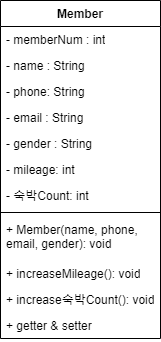
The draw.io diagram flow chart/클래스 다이어그램.png in zoseonghun/hotel-reservation-program, before a commit. Source tidied: cells renumbered, new cells last; positions are measured from the earlier drawing's top-left corner, leaving out a move shared by most shapes. Its diagram source:
```xml
<mxGraphModel>
  <root>
    <mxCell id="0" />
    <mxCell id="1" parent="0" />
    <mxCell id="2" value="Member" style="swimlane;fontStyle=1;align=center;verticalAlign=top;horizontal=1;startSize=26;whiteSpace=wrap;html=1;" parent="1" vertex="1">
      <mxGeometry width="160" height="338" as="geometry" />
    </mxCell>
    <mxCell id="3" value="- memberNum : int" style="text;strokeColor=none;fillColor=none;align=left;verticalAlign=top;spacingLeft=4;spacingRight=4;overflow=hidden;whiteSpace=wrap;html=1;" parent="2" vertex="1">
      <mxGeometry y="26" width="160" height="26" as="geometry" />
    </mxCell>
    <mxCell id="4" value="- name : String&lt;br&gt;" style="text;strokeColor=none;fillColor=none;align=left;verticalAlign=top;spacingLeft=4;spacingRight=4;overflow=hidden;whiteSpace=wrap;html=1;" parent="2" vertex="1">
      <mxGeometry y="52" width="160" height="26" as="geometry" />
    </mxCell>
    <mxCell id="5" value="- phone: String" style="text;strokeColor=none;fillColor=none;align=left;verticalAlign=top;spacingLeft=4;spacingRight=4;overflow=hidden;whiteSpace=wrap;html=1;" parent="2" vertex="1">
      <mxGeometry y="78" width="160" height="26" as="geometry" />
    </mxCell>
    <mxCell id="6" value="- email : String" style="text;strokeColor=none;fillColor=none;align=left;verticalAlign=top;spacingLeft=4;spacingRight=4;overflow=hidden;whiteSpace=wrap;html=1;" parent="2" vertex="1">
      <mxGeometry y="104" width="160" height="26" as="geometry" />
    </mxCell>
    <mxCell id="7" value="- gender : String" style="text;strokeColor=none;fillColor=none;align=left;verticalAlign=top;spacingLeft=4;spacingRight=4;overflow=hidden;points=[[0,0.5],[1,0.5]];portConstraint=eastwest;whiteSpace=wrap;html=1;" parent="2" vertex="1">
      <mxGeometry y="130" width="160" height="26" as="geometry" />
    </mxCell>
    <mxCell id="8" value="- mileage: int" style="text;strokeColor=none;fillColor=none;align=left;verticalAlign=top;spacingLeft=4;spacingRight=4;overflow=hidden;whiteSpace=wrap;html=1;" parent="2" vertex="1">
      <mxGeometry y="156" width="160" height="26" as="geometry" />
    </mxCell>
    <mxCell id="9" value="- 숙박Count: int" style="text;strokeColor=none;fillColor=none;align=left;verticalAlign=top;spacingLeft=4;spacingRight=4;overflow=hidden;whiteSpace=wrap;html=1;" parent="2" vertex="1">
      <mxGeometry y="182" width="160" height="26" as="geometry" />
    </mxCell>
    <mxCell id="10" style="line;strokeWidth=1;fillColor=none;align=left;verticalAlign=middle;spacingTop=-1;spacingLeft=3;spacingRight=3;labelPosition=right;strokeColor=inherit;" parent="2" vertex="1">
      <mxGeometry y="208" width="160" height="8" as="geometry" />
    </mxCell>
    <mxCell id="11" value="+ Member(name, phone, email, gender): void" style="text;strokeColor=none;fillColor=none;align=left;verticalAlign=top;spacingLeft=4;spacingRight=4;overflow=hidden;whiteSpace=wrap;html=1;" parent="2" vertex="1">
      <mxGeometry y="216" width="160" height="44" as="geometry" />
    </mxCell>
    <mxCell id="12" value="+ increaseMileage(): void" style="text;strokeColor=none;fillColor=none;align=left;verticalAlign=top;spacingLeft=4;spacingRight=4;overflow=hidden;whiteSpace=wrap;html=1;" parent="2" vertex="1">
      <mxGeometry y="260" width="160" height="26" as="geometry" />
    </mxCell>
    <mxCell id="13" value="+ increase숙박Count(): void" style="text;strokeColor=none;fillColor=none;align=left;verticalAlign=top;spacingLeft=4;spacingRight=4;overflow=hidden;whiteSpace=wrap;html=1;" parent="2" vertex="1">
      <mxGeometry y="286" width="160" height="26" as="geometry" />
    </mxCell>
    <mxCell id="14" value="+ getter &amp;amp; setter" style="text;strokeColor=none;fillColor=none;align=left;verticalAlign=top;spacingLeft=4;spacingRight=4;overflow=hidden;whiteSpace=wrap;html=1;" parent="2" vertex="1">
      <mxGeometry y="312" width="160" height="26" as="geometry" />
    </mxCell>
  </root>
</mxGraphModel>
```
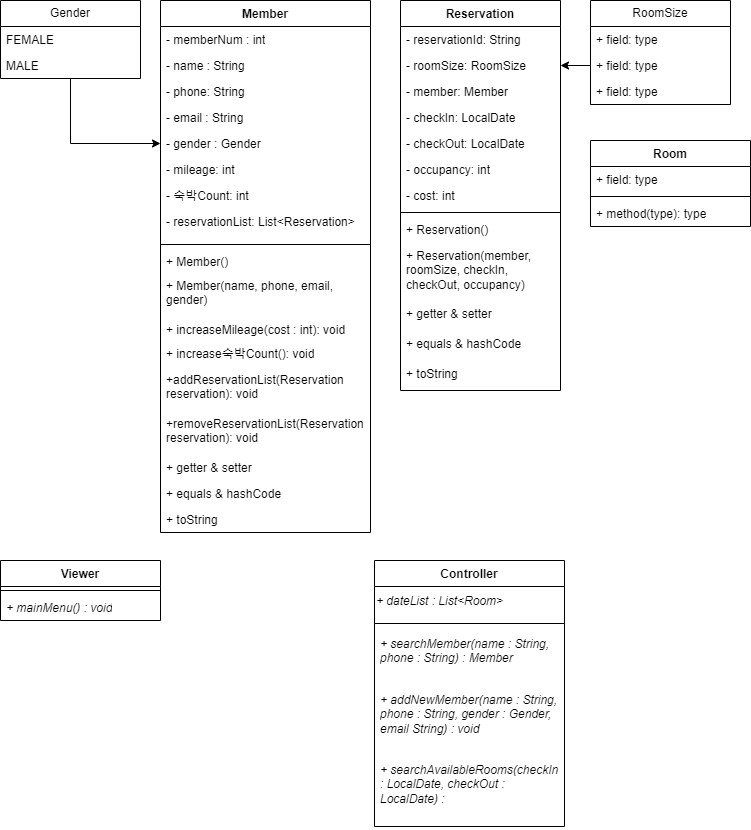
The same file after the commit.

Commit message:
클래스 다이어그램 중간저장

Change to the diagram source:
```diff
@@ -3,43 +3,169 @@
     <mxCell id="0" />
     <mxCell id="1" parent="0" />
     <mxCell id="2" value="Member" style="swimlane;fontStyle=1;align=center;verticalAlign=top;horizontal=1;startSize=26;whiteSpace=wrap;html=1;" parent="1" vertex="1">
-      <mxGeometry width="160" height="338" as="geometry" />
+      <mxGeometry width="210" height="532" as="geometry" />
     </mxCell>
     <mxCell id="3" value="- memberNum : int" style="text;strokeColor=none;fillColor=none;align=left;verticalAlign=top;spacingLeft=4;spacingRight=4;overflow=hidden;whiteSpace=wrap;html=1;" parent="2" vertex="1">
-      <mxGeometry y="26" width="160" height="26" as="geometry" />
+      <mxGeometry y="26" width="210" height="26" as="geometry" />
     </mxCell>
     <mxCell id="4" value="- name : String&lt;br&gt;" style="text;strokeColor=none;fillColor=none;align=left;verticalAlign=top;spacingLeft=4;spacingRight=4;overflow=hidden;whiteSpace=wrap;html=1;" parent="2" vertex="1">
-      <mxGeometry y="52" width="160" height="26" as="geometry" />
+      <mxGeometry y="52" width="210" height="26" as="geometry" />
     </mxCell>
     <mxCell id="5" value="- phone: String" style="text;strokeColor=none;fillColor=none;align=left;verticalAlign=top;spacingLeft=4;spacingRight=4;overflow=hidden;whiteSpace=wrap;html=1;" parent="2" vertex="1">
-      <mxGeometry y="78" width="160" height="26" as="geometry" />
+      <mxGeometry y="78" width="210" height="26" as="geometry" />
     </mxCell>
     <mxCell id="6" value="- email : String" style="text;strokeColor=none;fillColor=none;align=left;verticalAlign=top;spacingLeft=4;spacingRight=4;overflow=hidden;whiteSpace=wrap;html=1;" parent="2" vertex="1">
-      <mxGeometry y="104" width="160" height="26" as="geometry" />
+      <mxGeometry y="104" width="210" height="26" as="geometry" />
     </mxCell>
-    <mxCell id="7" value="- gender : String" style="text;strokeColor=none;fillColor=none;align=left;verticalAlign=top;spacingLeft=4;spacingRight=4;overflow=hidden;points=[[0,0.5],[1,0.5]];portConstraint=eastwest;whiteSpace=wrap;html=1;" parent="2" vertex="1">
-      <mxGeometry y="130" width="160" height="26" as="geometry" />
+    <mxCell id="7" value="- gender : Gender" style="text;strokeColor=none;fillColor=none;align=left;verticalAlign=top;spacingLeft=4;spacingRight=4;overflow=hidden;points=[[0,0.5],[1,0.5]];portConstraint=eastwest;whiteSpace=wrap;html=1;" parent="2" vertex="1">
+      <mxGeometry y="130" width="210" height="26" as="geometry" />
     </mxCell>
     <mxCell id="8" value="- mileage: int" style="text;strokeColor=none;fillColor=none;align=left;verticalAlign=top;spacingLeft=4;spacingRight=4;overflow=hidden;whiteSpace=wrap;html=1;" parent="2" vertex="1">
-      <mxGeometry y="156" width="160" height="26" as="geometry" />
+      <mxGeometry y="156" width="210" height="26" as="geometry" />
     </mxCell>
     <mxCell id="9" value="- 숙박Count: int" style="text;strokeColor=none;fillColor=none;align=left;verticalAlign=top;spacingLeft=4;spacingRight=4;overflow=hidden;whiteSpace=wrap;html=1;" parent="2" vertex="1">
-      <mxGeometry y="182" width="160" height="26" as="geometry" />
+      <mxGeometry y="182" width="210" height="26" as="geometry" />
     </mxCell>
+    <mxCell id="15" value="- reservationList: List&amp;lt;Reservation&amp;gt;" style="text;strokeColor=none;fillColor=none;align=left;verticalAlign=top;spacingLeft=4;spacingRight=4;overflow=hidden;whiteSpace=wrap;html=1;" parent="2" vertex="1">
+      <mxGeometry y="208" width="210" height="32" as="geometry" />
+    </mxCell>
     <mxCell id="10" style="line;strokeWidth=1;fillColor=none;align=left;verticalAlign=middle;spacingTop=-1;spacingLeft=3;spacingRight=3;labelPosition=right;strokeColor=inherit;" parent="2" vertex="1">
-      <mxGeometry y="208" width="160" height="8" as="geometry" />
+      <mxGeometry y="240" width="210" height="8" as="geometry" />
     </mxCell>
+    <mxCell id="16" value="+ Member()" style="text;strokeColor=none;fillColor=none;align=left;verticalAlign=top;spacingLeft=4;spacingRight=4;overflow=hidden;whiteSpace=wrap;html=1;" parent="2" vertex="1">
+      <mxGeometry y="248" width="210" height="24" as="geometry" />
+    </mxCell>
-    <mxCell id="11" value="+ Member(name, phone, email, gender): void" style="text;strokeColor=none;fillColor=none;align=left;verticalAlign=top;spacingLeft=4;spacingRight=4;overflow=hidden;whiteSpace=wrap;html=1;" parent="2" vertex="1">
-      <mxGeometry y="216" width="160" height="44" as="geometry" />
+    <mxCell id="11" value="+ Member(name, phone, email, gender)" style="text;strokeColor=none;fillColor=none;align=left;verticalAlign=top;spacingLeft=4;spacingRight=4;overflow=hidden;whiteSpace=wrap;html=1;" parent="2" vertex="1">
+      <mxGeometry y="272" width="210" height="44" as="geometry" />
     </mxCell>
-    <mxCell id="12" value="+ increaseMileage(): void" style="text;strokeColor=none;fillColor=none;align=left;verticalAlign=top;spacingLeft=4;spacingRight=4;overflow=hidden;whiteSpace=wrap;html=1;" parent="2" vertex="1">
-      <mxGeometry y="260" width="160" height="26" as="geometry" />
+    <mxCell id="12" value="+ increaseMileage(cost : int): void" style="text;strokeColor=none;fillColor=none;align=left;verticalAlign=top;spacingLeft=4;spacingRight=4;overflow=hidden;whiteSpace=wrap;html=1;" parent="2" vertex="1">
+      <mxGeometry y="316" width="210" height="24" as="geometry" />
     </mxCell>
     <mxCell id="13" value="+ increase숙박Count(): void" style="text;strokeColor=none;fillColor=none;align=left;verticalAlign=top;spacingLeft=4;spacingRight=4;overflow=hidden;whiteSpace=wrap;html=1;" parent="2" vertex="1">
-      <mxGeometry y="286" width="160" height="26" as="geometry" />
+      <mxGeometry y="340" width="210" height="26" as="geometry" />
     </mxCell>
+    <mxCell id="17" value="+addReservationList(Reservation reservation): void" style="text;strokeColor=none;fillColor=none;align=left;verticalAlign=top;spacingLeft=4;spacingRight=4;overflow=hidden;whiteSpace=wrap;html=1;" parent="2" vertex="1">
+      <mxGeometry y="366" width="210" height="44" as="geometry" />
+    </mxCell>
+    <mxCell id="18" value="+removeReservationList(Reservation reservation): void" style="text;strokeColor=none;fillColor=none;align=left;verticalAlign=top;spacingLeft=4;spacingRight=4;overflow=hidden;whiteSpace=wrap;html=1;" parent="2" vertex="1">
+      <mxGeometry y="410" width="210" height="44" as="geometry" />
+    </mxCell>
     <mxCell id="14" value="+ getter &amp;amp; setter" style="text;strokeColor=none;fillColor=none;align=left;verticalAlign=top;spacingLeft=4;spacingRight=4;overflow=hidden;whiteSpace=wrap;html=1;" parent="2" vertex="1">
-      <mxGeometry y="312" width="160" height="26" as="geometry" />
+      <mxGeometry y="454" width="210" height="26" as="geometry" />
     </mxCell>
+    <mxCell id="19" value="+ equals &amp;amp; hashCode" style="text;strokeColor=none;fillColor=none;align=left;verticalAlign=top;spacingLeft=4;spacingRight=4;overflow=hidden;whiteSpace=wrap;html=1;" parent="2" vertex="1">
+      <mxGeometry y="480" width="210" height="26" as="geometry" />
+    </mxCell>
+    <mxCell id="20" value="+ toString" style="text;strokeColor=none;fillColor=none;align=left;verticalAlign=top;spacingLeft=4;spacingRight=4;overflow=hidden;whiteSpace=wrap;html=1;" parent="2" vertex="1">
+      <mxGeometry y="506" width="210" height="26" as="geometry" />
+    </mxCell>
+    <mxCell id="21" value="Reservation" style="swimlane;fontStyle=1;align=center;verticalAlign=top;horizontal=1;startSize=26;whiteSpace=wrap;html=1;" parent="1" vertex="1">
+      <mxGeometry x="240" width="160" height="390" as="geometry" />
+    </mxCell>
+    <mxCell id="22" value="- reservationId: String" style="text;strokeColor=none;fillColor=none;align=left;verticalAlign=top;spacingLeft=4;spacingRight=4;overflow=hidden;whiteSpace=wrap;html=1;" parent="21" vertex="1">
+      <mxGeometry y="26" width="160" height="26" as="geometry" />
+    </mxCell>
+    <mxCell id="23" value="- roomSize: RoomSize&amp;nbsp;" style="text;strokeColor=none;fillColor=none;align=left;verticalAlign=top;spacingLeft=4;spacingRight=4;overflow=hidden;points=[[0,0.5],[1,0.5]];portConstraint=eastwest;whiteSpace=wrap;html=1;" parent="21" vertex="1">
+      <mxGeometry y="52" width="160" height="26" as="geometry" />
+    </mxCell>
+    <mxCell id="24" value="- member: Member" style="text;strokeColor=none;fillColor=none;align=left;verticalAlign=top;spacingLeft=4;spacingRight=4;overflow=hidden;whiteSpace=wrap;html=1;" parent="21" vertex="1">
+      <mxGeometry y="78" width="160" height="26" as="geometry" />
+    </mxCell>
+    <mxCell id="25" value="- checkIn: LocalDate" style="text;strokeColor=none;fillColor=none;align=left;verticalAlign=top;spacingLeft=4;spacingRight=4;overflow=hidden;whiteSpace=wrap;html=1;" parent="21" vertex="1">
+      <mxGeometry y="104" width="160" height="26" as="geometry" />
+    </mxCell>
+    <mxCell id="26" value="- checkOut: LocalDate" style="text;strokeColor=none;fillColor=none;align=left;verticalAlign=top;spacingLeft=4;spacingRight=4;overflow=hidden;whiteSpace=wrap;html=1;" parent="21" vertex="1">
+      <mxGeometry y="130" width="160" height="26" as="geometry" />
+    </mxCell>
+    <mxCell id="27" value="- occupancy: int" style="text;strokeColor=none;fillColor=none;align=left;verticalAlign=top;spacingLeft=4;spacingRight=4;overflow=hidden;whiteSpace=wrap;html=1;" parent="21" vertex="1">
+      <mxGeometry y="156" width="160" height="26" as="geometry" />
+    </mxCell>
+    <mxCell id="28" value="- cost: int" style="text;strokeColor=none;fillColor=none;align=left;verticalAlign=top;spacingLeft=4;spacingRight=4;overflow=hidden;whiteSpace=wrap;html=1;" parent="21" vertex="1">
+      <mxGeometry y="182" width="160" height="26" as="geometry" />
+    </mxCell>
+    <mxCell id="29" style="line;strokeWidth=1;fillColor=none;align=left;verticalAlign=middle;spacingTop=-1;spacingLeft=3;spacingRight=3;labelPosition=right;strokeColor=inherit;" parent="21" vertex="1">
+      <mxGeometry y="208" width="160" height="8" as="geometry" />
+    </mxCell>
+    <mxCell id="30" value="+ Reservation()&amp;nbsp;" style="text;strokeColor=none;fillColor=none;align=left;verticalAlign=top;spacingLeft=4;spacingRight=4;overflow=hidden;whiteSpace=wrap;html=1;" parent="21" vertex="1">
+      <mxGeometry y="216" width="160" height="26" as="geometry" />
+    </mxCell>
+    <mxCell id="31" value="+ Reservation(member, roomSize, checkIn, checkOut, occupancy)&amp;nbsp;" style="text;strokeColor=none;fillColor=none;align=left;verticalAlign=top;spacingLeft=4;spacingRight=4;overflow=hidden;whiteSpace=wrap;html=1;" parent="21" vertex="1">
+      <mxGeometry y="242" width="160" height="58" as="geometry" />
+    </mxCell>
+    <mxCell id="32" value="+ getter &amp;amp; setter" style="text;strokeColor=none;fillColor=none;align=left;verticalAlign=top;spacingLeft=4;spacingRight=4;overflow=hidden;whiteSpace=wrap;html=1;" parent="21" vertex="1">
+      <mxGeometry y="300" width="160" height="30" as="geometry" />
+    </mxCell>
+    <mxCell id="33" value="+ equals &amp;amp; hashCode" style="text;strokeColor=none;fillColor=none;align=left;verticalAlign=top;spacingLeft=4;spacingRight=4;overflow=hidden;whiteSpace=wrap;html=1;" parent="21" vertex="1">
+      <mxGeometry y="330" width="160" height="30" as="geometry" />
+    </mxCell>
+    <mxCell id="34" value="+ toString" style="text;strokeColor=none;fillColor=none;align=left;verticalAlign=top;spacingLeft=4;spacingRight=4;overflow=hidden;whiteSpace=wrap;html=1;" parent="21" vertex="1">
+      <mxGeometry y="360" width="160" height="30" as="geometry" />
+    </mxCell>
+    <mxCell id="35" style="edgeStyle=orthogonalEdgeStyle;rounded=0;jettySize=auto;html=1;" parent="1" edge="1" source="36" target="7">
+      <mxGeometry relative="1" as="geometry" />
+    </mxCell>
+    <mxCell id="36" value="Gender" style="swimlane;fontStyle=0;horizontal=1;startSize=26;fillColor=none;whiteSpace=wrap;html=1;" parent="1" vertex="1">
+      <mxGeometry x="-160" width="140" height="78" as="geometry" />
+    </mxCell>
+    <mxCell id="37" value="FEMALE" style="text;strokeColor=none;fillColor=none;align=left;verticalAlign=top;spacingLeft=4;spacingRight=4;overflow=hidden;whiteSpace=wrap;html=1;" parent="36" vertex="1">
+      <mxGeometry y="26" width="140" height="26" as="geometry" />
+    </mxCell>
+    <mxCell id="38" value="MALE" style="text;strokeColor=none;fillColor=none;align=left;verticalAlign=top;spacingLeft=4;spacingRight=4;overflow=hidden;whiteSpace=wrap;html=1;" parent="36" vertex="1">
+      <mxGeometry y="52" width="140" height="26" as="geometry" />
+    </mxCell>
+    <mxCell id="39" value="RoomSize" style="swimlane;fontStyle=0;horizontal=1;startSize=26;fillColor=none;whiteSpace=wrap;html=1;" parent="1" vertex="1">
+      <mxGeometry x="430" width="140" height="104" as="geometry" />
+    </mxCell>
+    <mxCell id="40" value="+ field: type" style="text;strokeColor=none;fillColor=none;align=left;verticalAlign=top;spacingLeft=4;spacingRight=4;overflow=hidden;whiteSpace=wrap;html=1;" parent="39" vertex="1">
+      <mxGeometry y="26" width="140" height="26" as="geometry" />
+    </mxCell>
+    <mxCell id="41" value="+ field: type" style="text;strokeColor=none;fillColor=none;align=left;verticalAlign=top;spacingLeft=4;spacingRight=4;overflow=hidden;points=[[0,0.5],[1,0.5]];portConstraint=eastwest;whiteSpace=wrap;html=1;" parent="39" vertex="1">
+      <mxGeometry y="52" width="140" height="26" as="geometry" />
+    </mxCell>
+    <mxCell id="42" value="+ field: type" style="text;strokeColor=none;fillColor=none;align=left;verticalAlign=top;spacingLeft=4;spacingRight=4;overflow=hidden;whiteSpace=wrap;html=1;" parent="39" vertex="1">
+      <mxGeometry y="78" width="140" height="26" as="geometry" />
+    </mxCell>
+    <mxCell id="43" style="edgeStyle=orthogonalEdgeStyle;rounded=0;jettySize=auto;html=1;" parent="1" edge="1" source="41" target="23">
+      <mxGeometry relative="1" as="geometry" />
+    </mxCell>
+    <mxCell id="44" value="Viewer" style="swimlane;fontStyle=1;align=center;verticalAlign=top;horizontal=1;startSize=26;whiteSpace=wrap;html=1;" parent="1" vertex="1">
+      <mxGeometry x="-160" y="560" width="160" height="60" as="geometry" />
+    </mxCell>
+    <mxCell id="45" style="line;strokeWidth=1;fillColor=none;align=left;verticalAlign=middle;spacingTop=-1;spacingLeft=3;spacingRight=3;labelPosition=right;strokeColor=inherit;" parent="44" vertex="1">
+      <mxGeometry y="26" width="160" height="8" as="geometry" />
+    </mxCell>
+    <mxCell id="46" value="&lt;i&gt;+ mainMenu() : void&lt;/i&gt;" style="text;strokeColor=none;fillColor=none;align=left;verticalAlign=top;spacingLeft=4;spacingRight=4;overflow=hidden;whiteSpace=wrap;html=1;" parent="44" vertex="1">
+      <mxGeometry y="34" width="160" height="26" as="geometry" />
+    </mxCell>
+    <mxCell id="47" value="Controller" style="swimlane;fontStyle=1;align=center;verticalAlign=top;horizontal=1;startSize=26;whiteSpace=wrap;html=1;" parent="1" vertex="1">
+      <mxGeometry x="214" y="560" width="190" height="266" as="geometry" />
+    </mxCell>
+    <mxCell id="48" value="&lt;i&gt;+ dateList : List&amp;lt;Room&amp;gt;&lt;/i&gt;" style="text;html=1;align=left;verticalAlign=middle;strokeColor=none;fillColor=none;" parent="47" vertex="1">
+      <mxGeometry y="26" width="190" height="30" as="geometry" />
+    </mxCell>
+    <mxCell id="49" style="line;strokeWidth=1;fillColor=none;align=left;verticalAlign=middle;spacingTop=-1;spacingLeft=3;spacingRight=3;labelPosition=right;strokeColor=inherit;" parent="47" vertex="1">
+      <mxGeometry y="56" width="190" height="14" as="geometry" />
+    </mxCell>
+    <mxCell id="50" value="&lt;i&gt;+ searchMember(name : String, phone : String) : Member&lt;/i&gt;" style="text;strokeColor=none;fillColor=none;align=left;verticalAlign=top;spacingLeft=4;spacingRight=4;overflow=hidden;whiteSpace=wrap;html=1;" parent="47" vertex="1">
+      <mxGeometry y="70" width="190" height="56" as="geometry" />
+    </mxCell>
+    <mxCell id="51" value="&lt;i&gt;+ addNewMember(name : String, phone : String, gender : Gender, email String) : void&lt;/i&gt;" style="text;strokeColor=none;fillColor=none;align=left;verticalAlign=top;spacingLeft=4;spacingRight=4;overflow=hidden;whiteSpace=wrap;html=1;" parent="47" vertex="1">
+      <mxGeometry y="126" width="190" height="70" as="geometry" />
+    </mxCell>
+    <mxCell id="52" value="&lt;i&gt;+ searchAvailableRooms(checkIn : LocalDate, checkOut : LocalDate) :&amp;nbsp;&lt;/i&gt;" style="text;strokeColor=none;fillColor=none;align=left;verticalAlign=top;spacingLeft=4;spacingRight=4;overflow=hidden;whiteSpace=wrap;html=1;" parent="47" vertex="1">
+      <mxGeometry y="196" width="190" height="70" as="geometry" />
+    </mxCell>
+    <mxCell id="53" value="Room" style="swimlane;fontStyle=1;align=center;verticalAlign=top;horizontal=1;startSize=26;whiteSpace=wrap;html=1;" parent="1" vertex="1">
+      <mxGeometry x="430" y="140" width="160" height="86" as="geometry" />
+    </mxCell>
+    <mxCell id="54" value="+ field: type" style="text;strokeColor=none;fillColor=none;align=left;verticalAlign=top;spacingLeft=4;spacingRight=4;overflow=hidden;whiteSpace=wrap;html=1;" parent="53" vertex="1">
+      <mxGeometry y="26" width="160" height="26" as="geometry" />
+    </mxCell>
+    <mxCell id="55" style="line;strokeWidth=1;fillColor=none;align=left;verticalAlign=middle;spacingTop=-1;spacingLeft=3;spacingRight=3;labelPosition=right;strokeColor=inherit;" parent="53" vertex="1">
+      <mxGeometry y="52" width="160" height="8" as="geometry" />
+    </mxCell>
+    <mxCell id="56" value="+ method(type): type" style="text;strokeColor=none;fillColor=none;align=left;verticalAlign=top;spacingLeft=4;spacingRight=4;overflow=hidden;whiteSpace=wrap;html=1;" parent="53" vertex="1">
+      <mxGeometry y="60" width="160" height="26" as="geometry" />
+    </mxCell>
   </root>
 </mxGraphModel>
```
